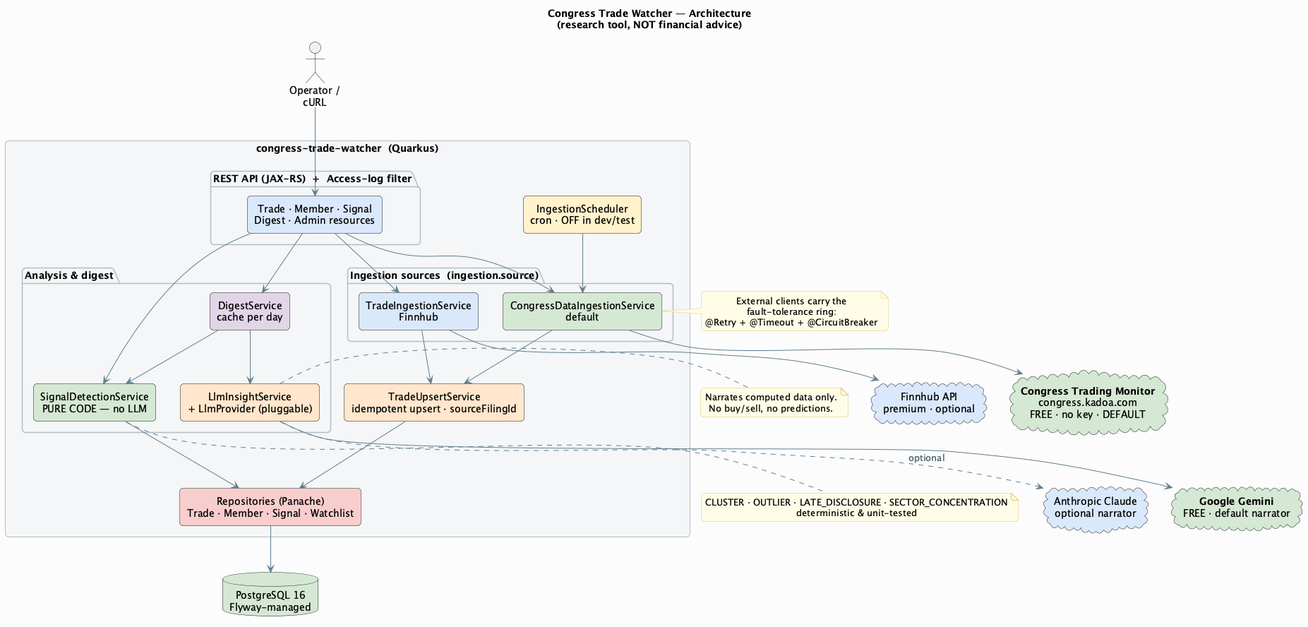
Above: docs/architecture.png in ksktechai/congress-trade-watcher (PlantUML), before the change. Its diagram source:
```plantuml
@startuml congress-trade-watcher
title Congress Trade Watcher — Architecture\n(research tool, NOT financial advice)

skinparam backgroundColor #FCFCFD
skinparam shadowing false
skinparam roundcorner 10
skinparam componentStyle rectangle
skinparam defaultTextAlignment center
skinparam ArrowColor #607D8B
skinparam ArrowFontColor #455A64
skinparam rectangleBorderColor #B0BEC5
skinparam packageBackgroundColor #F4F6F8
skinparam packageBorderColor #B0BEC5
skinparam noteBackgroundColor #FFFDE7
skinparam noteBorderColor #E0C46C

actor "Operator /\ncURL" as user

cloud "**Congress Trading Monitor**\ncongress.kadoa.com\nFREE · no key · DEFAULT" as congress #D5E8D4
cloud "Finnhub API\npremium · optional" as finnhub #DAE8FC
cloud "**Google Gemini**\nFREE · default narrator" as gemini #D5E8D4
cloud "Anthropic Claude\noptional narrator" as anthropic #DAE8FC
database "PostgreSQL 16\nFlyway-managed" as pg #D5E8D4

rectangle "congress-trade-watcher  (Quarkus)" {

  component "IngestionScheduler\ncron · OFF in dev/test" as scheduler #FFF2CC

  package "REST API (JAX-RS)  +  Access-log filter" {
    component "Trade · Member · Signal\nDigest · Admin resources" as api #DAE8FC
  }

  package "Ingestion sources  (ingestion.source)" {
    component "CongressDataIngestionService\ndefault" as cong #D5E8D4
    component "TradeIngestionService\nFinnhub" as finn #DAE8FC
  }

  component "TradeUpsertService\nidempotent upsert · sourceFilingId" as upsert #FFE6CC

  package "Analysis & digest" {
    component "SignalDetectionService\nPURE CODE — no LLM" as detect #D5E8D4
    component "DigestService\ncache per day" as digest #E1D5E7
    component "LlmInsightService\n+ LlmProvider (pluggable)" as llm #FFE6CC
  }

  component "Repositories (Panache)\nTrade · Member · Signal · Watchlist" as repos #F8CECC
}

user --> api
scheduler --> cong
api --> cong
api --> finn
api --> detect
api --> digest

cong --> congress
finn --> finnhub
cong --> upsert
finn --> upsert
upsert --> repos

digest --> detect
digest --> llm
llm --> gemini
llm ..> anthropic : optional

detect --> repos
repos --> pg

note bottom of detect
  CLUSTER · OUTLIER · LATE_DISCLOSURE · SECTOR_CONCENTRATION
  deterministic & unit-tested
end note

note right of llm
  Narrates computed data only.
  No buy/sell, no predictions.
end note

note right of cong
  External clients carry the
  fault-tolerance ring:
  @Retry + @Timeout + @CircuitBreaker
end note
@enduml
```
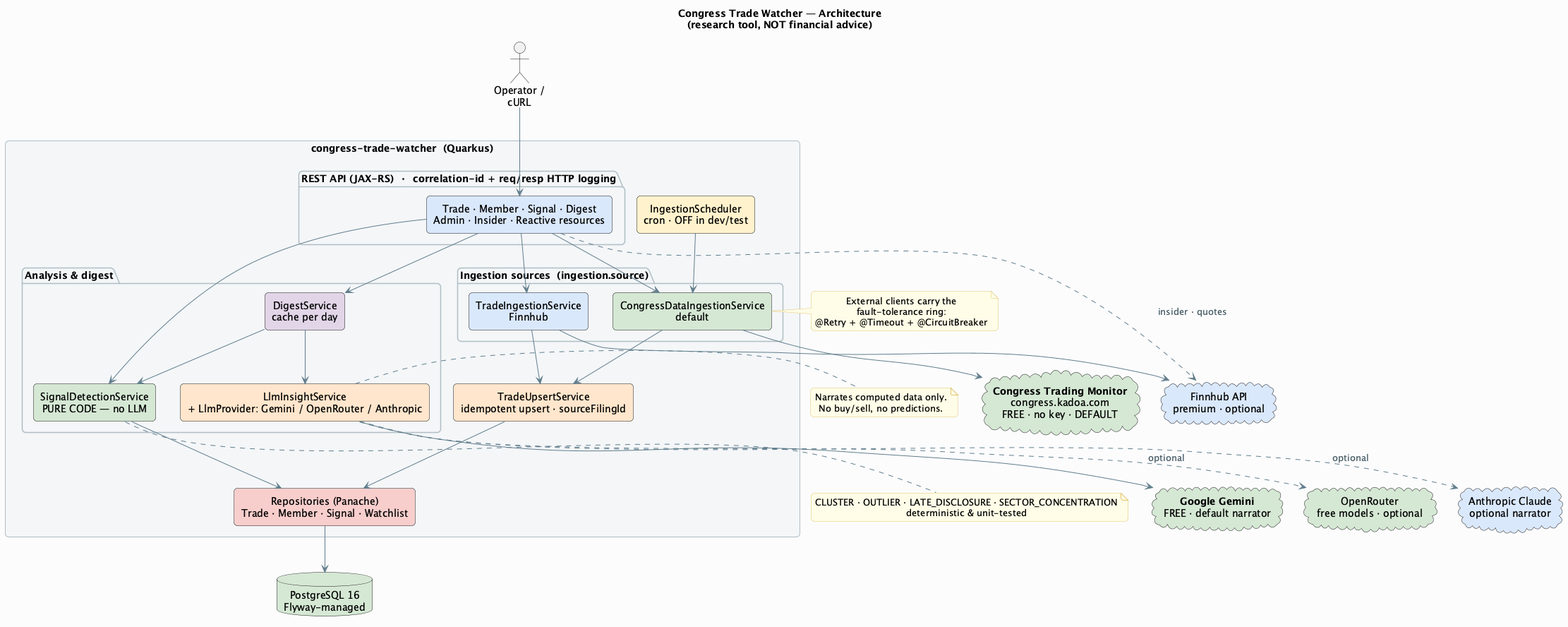
After the change.

Commit message:
Log OpenRouter served model/provider; refresh diagrams for OpenRouter

The edit, as a diff of the source:
```diff
@@ -19,6 +19,7 @@
 cloud "**Congress Trading Monitor**\ncongress.kadoa.com\nFREE · no key · DEFAULT" as congress #D5E8D4
 cloud "Finnhub API\npremium · optional" as finnhub #DAE8FC
 cloud "**Google Gemini**\nFREE · default narrator" as gemini #D5E8D4
+cloud "OpenRouter\nfree models · optional" as openrouter #D5E8D4
 cloud "Anthropic Claude\noptional narrator" as anthropic #DAE8FC
 database "PostgreSQL 16\nFlyway-managed" as pg #D5E8D4
 
@@ -26,8 +27,8 @@
 
   component "IngestionScheduler\ncron · OFF in dev/test" as scheduler #FFF2CC
 
-  package "REST API (JAX-RS)  +  Access-log filter" {
-    component "Trade · Member · Signal\nDigest · Admin resources" as api #DAE8FC
+  package "REST API (JAX-RS)  ·  correlation-id + req/resp HTTP logging" {
+    component "Trade · Member · Signal · Digest\nAdmin · Insider · Reactive resources" as api #DAE8FC
   }
 
   package "Ingestion sources  (ingestion.source)" {
@@ -40,7 +41,7 @@
   package "Analysis & digest" {
     component "SignalDetectionService\nPURE CODE — no LLM" as detect #D5E8D4
     component "DigestService\ncache per day" as digest #E1D5E7
-    component "LlmInsightService\n+ LlmProvider (pluggable)" as llm #FFE6CC
+    component "LlmInsightService\n+ LlmProvider: Gemini / OpenRouter / Anthropic" as llm #FFE6CC
   }
 
   component "Repositories (Panache)\nTrade · Member · Signal · Watchlist" as repos #F8CECC
@@ -52,6 +53,7 @@
 api --> finn
 api --> detect
 api --> digest
+api ..> finnhub : insider · quotes
 
 cong --> congress
 finn --> finnhub
@@ -62,6 +64,7 @@
 digest --> detect
 digest --> llm
 llm --> gemini
+llm ..> openrouter : optional
 llm ..> anthropic : optional
 
 detect --> repos
```
